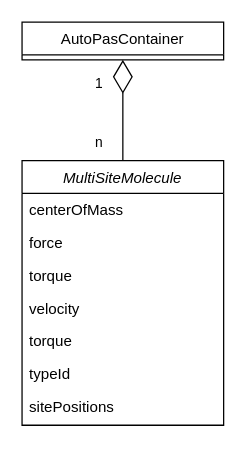
Earlier version of the draw.io diagram moleculeBasedApproach.drawio (penguincarol/rattle). Source tidied: cells renumbered, new cells numbered last; positions are measured from the earlier drawing's top-left corner, leaving out a move shared by most shapes. Both pictures are drawn from the tidied source at 126%, with x=0, y=0 at pixel (21, 21).
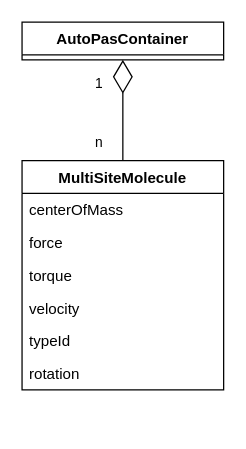
Above is the later version.

Change to the diagram source:
```diff
@@
 <mxGraphModel>
   <root>
     <mxCell id="0" />
     <mxCell id="1" parent="0" />
-    <mxCell id="2" value="MultiSiteMolecule" style="swimlane;fontStyle=2;align=center;verticalAlign=top;horizontal=1;startSize=26;rounded=0;shadow=0;strokeWidth=1;" parent="1" vertex="1">
-      <mxGeometry y="110" width="160" height="210" as="geometry" />
+    <mxCell id="2" value="MultiSiteMolecule" style="swimlane;fontStyle=1;align=center;verticalAlign=top;horizontal=1;startSize=26;rounded=0;shadow=0;strokeWidth=1;" parent="1" vertex="1">
+      <mxGeometry y="110" width="160" height="182" as="geometry" />
     </mxCell>
     <mxCell id="3" value="centerOfMass" style="text;align=left;verticalAlign=top;spacingLeft=4;spacingRight=4;overflow=hidden;" parent="2" vertex="1">
       <mxGeometry y="26" width="160" height="26" as="geometry" />
     </mxCell>
     <mxCell id="4" value="force" style="text;align=left;verticalAlign=top;spacingLeft=4;spacingRight=4;overflow=hidden;rounded=0;shadow=0;html=0;" parent="2" vertex="1">
       <mxGeometry y="52" width="160" height="26" as="geometry" />
     </mxCell>
     <mxCell id="5" value="torque" style="text;align=left;verticalAlign=top;spacingLeft=4;spacingRight=4;overflow=hidden;rounded=0;shadow=0;html=0;" parent="2" vertex="1">
       <mxGeometry y="78" width="160" height="26" as="geometry" />
     </mxCell>
     <mxCell id="6" value="velocity" style="text;align=left;verticalAlign=top;spacingLeft=4;spacingRight=4;overflow=hidden;rounded=0;shadow=0;html=0;" parent="2" vertex="1">
       <mxGeometry y="104" width="160" height="26" as="geometry" />
     </mxCell>
-    <mxCell id="7" value="torque" style="text;align=left;verticalAlign=top;spacingLeft=4;spacingRight=4;overflow=hidden;rounded=0;shadow=0;html=0;" parent="2" vertex="1">
-      <mxGeometry y="130" width="160" height="26" as="geometry" />
-    </mxCell>
     <mxCell id="8" value="typeId" style="text;align=left;verticalAlign=top;spacingLeft=4;spacingRight=4;overflow=hidden;rounded=0;shadow=0;html=0;" parent="2" vertex="1">
-      <mxGeometry y="156" width="160" height="26" as="geometry" />
+      <mxGeometry y="130" width="160" height="26" as="geometry" />
     </mxCell>
-    <mxCell id="9" value="sitePositions" style="text;align=left;verticalAlign=top;spacingLeft=4;spacingRight=4;overflow=hidden;rounded=0;shadow=0;html=0;" parent="2" vertex="1">
-      <mxGeometry y="182" width="160" height="26" as="geometry" />
+    <mxCell id="9" value="rotation" style="text;align=left;verticalAlign=top;spacingLeft=4;spacingRight=4;overflow=hidden;rounded=0;shadow=0;html=0;" parent="2" vertex="1">
+      <mxGeometry y="156" width="160" height="26" as="geometry" />
     </mxCell>
-    <mxCell id="10" value="AutoPasContainer" style="swimlane;fontStyle=0;align=center;verticalAlign=top;horizontal=1;startSize=26;rounded=0;shadow=0;strokeWidth=1;" parent="1" vertex="1">
+    <mxCell id="10" value="AutoPasContainer" style="swimlane;fontStyle=1;align=center;verticalAlign=top;horizontal=1;startSize=26;rounded=0;shadow=0;strokeWidth=1;" parent="1" vertex="1">
       <mxGeometry width="160" height="30" as="geometry" />
     </mxCell>
     <mxCell id="11" style="endArrow=diamondThin;endFill=0;endSize=24;html=1;rounded=0;entryX=0.5;entryY=1;entryDx=0;entryDy=0;exitX=0.5;exitY=0;exitDx=0;exitDy=0;" parent="1" edge="1" source="2" target="10">
       <mxGeometry relative="1" as="geometry" />
     </mxCell>
     <mxCell id="12" value="1" style="edgeLabel;html=1;align=center;verticalAlign=middle;" parent="11" vertex="1">
       <mxGeometry x="0.54" y="-1" relative="1" as="geometry">
         <mxPoint x="-21" as="offset" />
       </mxGeometry>
     </mxCell>
     <mxCell id="13" value="n" style="edgeLabel;html=1;align=center;verticalAlign=middle;" parent="11" vertex="1">
       <mxGeometry x="-0.63" y="-2" relative="1" as="geometry">
         <mxPoint x="-22" as="offset" />
       </mxGeometry>
     </mxCell>
   </root>
 </mxGraphModel>
```
